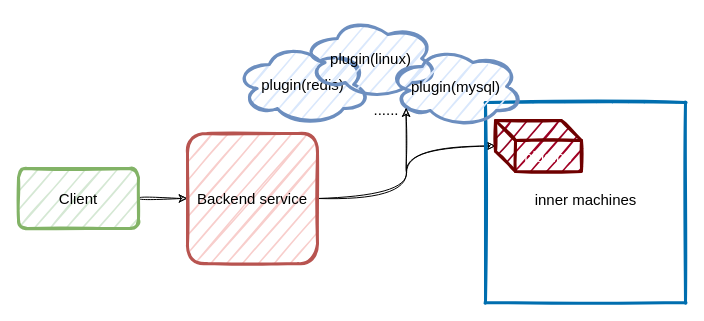
Above: pi2.drawio in bossjoker1/Assembly (draw.io), before the change. Source tidied: cells renumbered, new cells numbered last; positions are measured from the earlier drawing's top-left corner, leaving out a move shared by most shapes. Both pictures are drawn from the tidied source at 100%, with x=0, y=0 at pixel (18, 18).
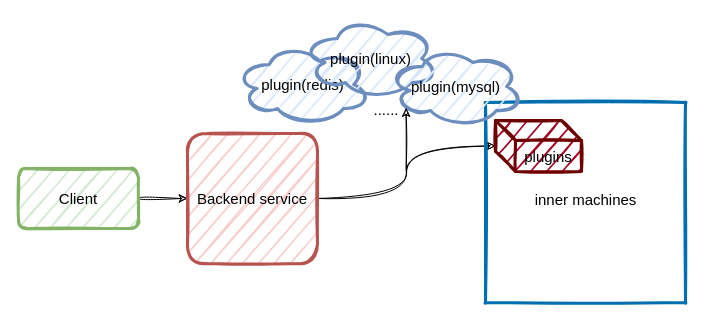
Above is the later version.

The edit, as a diff of the source:
```diff
@@
 <mxGraphModel>
   <root>
     <mxCell id="0" />
     <mxCell id="1" parent="0" />
     <mxCell id="2" style="edgeStyle=orthogonalEdgeStyle;rounded=1;jettySize=auto;html=1;fontSize=15;curved=1;sketch=1;" parent="1" edge="1" source="3" target="5">
       <mxGeometry relative="1" as="geometry" />
     </mxCell>
     <mxCell id="3" value="Client" style="rounded=1;whiteSpace=wrap;html=1;strokeWidth=3;fontSize=15;fillColor=#d5e8d4;strokeColor=#82b366;sketch=1;" parent="1" vertex="1">
       <mxGeometry y="150" width="120" height="60" as="geometry" />
     </mxCell>
     <mxCell id="4" style="edgeStyle=orthogonalEdgeStyle;rounded=1;jettySize=auto;html=1;fontSize=15;curved=1;sketch=1;" parent="1" edge="1" source="5" target="8">
       <mxGeometry relative="1" as="geometry" />
     </mxCell>
     <mxCell id="5" value="Backend service" style="whiteSpace=wrap;html=1;fontSize=15;strokeWidth=3;fillColor=#f8cecc;strokeColor=#b85450;sketch=1;rounded=1;" parent="1" vertex="1">
       <mxGeometry x="169" y="115" width="130" height="130" as="geometry" />
     </mxCell>
     <mxCell id="6" style="swimlane;startSize=0;fontSize=15;strokeWidth=3;fillColor=#1ba1e2;fontColor=#ffffff;strokeColor=#006EAF;sketch=1;rounded=1;" parent="1" vertex="1">
       <mxGeometry x="467" y="84" width="200" height="200" as="geometry" />
     </mxCell>
     <mxCell id="7" value="inner machines" style="text;html=1;align=center;verticalAlign=middle;strokeColor=none;fillColor=none;fontSize=15;sketch=1;rounded=1;" parent="6" vertex="1">
       <mxGeometry x="40" y="82" width="120" height="30" as="geometry" />
     </mxCell>
-    <mxCell id="8" value="plugins" style="shape=cube;whiteSpace=wrap;html=1;boundedLbl=1;backgroundOutline=1;darkOpacity=0.05;darkOpacity2=0.1;fontSize=15;strokeWidth=3;fillColor=#a20025;strokeColor=#6F0000;fontColor=#ffffff;sketch=1;rounded=1;" parent="6" vertex="1">
+    <mxCell id="8" value="plugins" style="shape=cube;whiteSpace=wrap;html=1;boundedLbl=1;backgroundOutline=1;darkOpacity=0.05;darkOpacity2=0.1;fontSize=15;strokeWidth=3;fillColor=#a20025;strokeColor=#6F0000;fontColor=#000000;sketch=1;rounded=1;" parent="6" vertex="1">
       <mxGeometry x="10" y="18" width="86" height="51" as="geometry" />
     </mxCell>
     <mxCell id="9" value="plugin(redis)" style="ellipse;shape=cloud;whiteSpace=wrap;html=1;fontSize=15;strokeWidth=3;fillColor=#dae8fc;strokeColor=#6c8ebf;sketch=1;rounded=1;" parent="1" vertex="1">
       <mxGeometry x="217" y="26" width="135" height="80" as="geometry" />
     </mxCell>
     <mxCell id="10" value="plugin(linux)" style="ellipse;shape=cloud;whiteSpace=wrap;html=1;fontSize=15;strokeWidth=3;fillColor=#dae8fc;strokeColor=#6c8ebf;sketch=1;rounded=1;" parent="1" vertex="1">
       <mxGeometry x="285" width="135" height="80" as="geometry" />
     </mxCell>
     <mxCell id="11" value="......" style="text;html=1;strokeColor=none;fillColor=none;align=center;verticalAlign=middle;whiteSpace=wrap;rounded=1;fontSize=15;sketch=1;" parent="1" vertex="1">
       <mxGeometry x="338" y="76" width="60" height="30" as="geometry" />
     </mxCell>
     <mxCell id="12" value="plugin(mysql)" style="ellipse;shape=cloud;whiteSpace=wrap;html=1;fontSize=15;strokeWidth=3;fillColor=#dae8fc;strokeColor=#6c8ebf;sketch=1;rounded=1;" parent="1" vertex="1">
       <mxGeometry x="370" y="28" width="135" height="80" as="geometry" />
     </mxCell>
     <mxCell id="13" style="endArrow=classic;html=1;rounded=1;fontSize=15;entryX=0.13;entryY=0.77;entryDx=0;entryDy=0;entryPerimeter=0;curved=1;sketch=1;" parent="1" edge="1" target="12">
       <mxGeometry relative="1" as="geometry">
         <mxPoint x="388" y="154" as="sourcePoint" />
       </mxGeometry>
     </mxCell>
   </root>
 </mxGraphModel>
```
